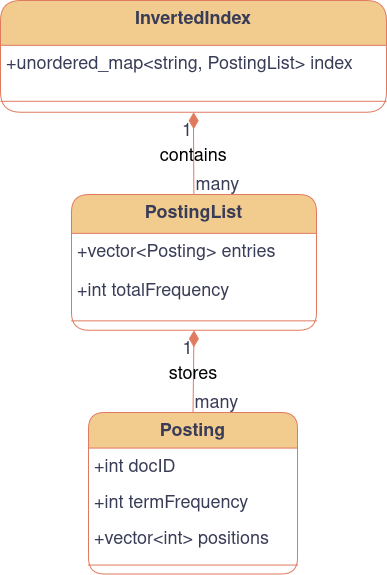
The draw.io diagram docs/diagrams/dsd.png in schak04/septcrawler, before a commit. Source tidied: cells renumbered, new cells last; positions are measured from the earlier drawing's top-left corner, leaving out a move shared by most shapes. The source it was exported from:
```xml
<mxGraphModel>
  <root>
    <mxCell id="0" />
    <mxCell id="1" parent="0" />
    <mxCell id="2" value="InvertedIndex" style="swimlane;fontStyle=1;align=center;verticalAlign=top;horizontal=1;startSize=44.8;fillColor=#F2CC8F;strokeColor=#E07A5F;fontSize=18;fontFamily=Helvetica;rounded=1;labelBackgroundColor=none;fontColor=#393C56;" parent="1" vertex="1">
      <mxGeometry width="386" height="111.8" as="geometry" />
    </mxCell>
    <mxCell id="3" value="+unordered_map&lt;string, PostingList&gt; index" style="text;strokeColor=none;fillColor=none;align=left;verticalAlign=top;spacingLeft=4;spacingRight=4;overflow=hidden;fontSize=18;fontFamily=Helvetica;rounded=1;labelBackgroundColor=none;fontColor=#393C56;" parent="2" vertex="1">
      <mxGeometry y="44.8" width="386" height="45" as="geometry" />
    </mxCell>
    <mxCell id="4" style="line;strokeWidth=1;fillColor=none;align=left;verticalAlign=middle;spacingTop=-1;spacingLeft=3;spacingRight=3;labelPosition=right;strokeColor=#E07A5F;fontSize=18;fontFamily=Helvetica;rounded=1;labelBackgroundColor=none;fontColor=#393C56;" parent="2" vertex="1">
      <mxGeometry y="89.8" width="386" height="22" as="geometry" />
    </mxCell>
    <mxCell id="5" value="PostingList" style="swimlane;fontStyle=1;align=center;verticalAlign=top;horizontal=1;startSize=38.857142857142854;fillColor=#F2CC8F;strokeColor=#E07A5F;fontSize=18;fontFamily=Helvetica;rounded=1;labelBackgroundColor=none;fontColor=#393C56;" parent="1" vertex="1">
      <mxGeometry x="71" y="194" width="245" height="135.9" as="geometry" />
    </mxCell>
    <mxCell id="6" value="+vector&lt;Posting&gt; entries" style="text;strokeColor=none;fillColor=none;align=left;verticalAlign=top;spacingLeft=4;spacingRight=4;overflow=hidden;fontSize=18;fontFamily=Helvetica;rounded=1;labelBackgroundColor=none;fontColor=#393C56;" parent="5" vertex="1">
      <mxGeometry y="38.9" width="245" height="39" as="geometry" />
    </mxCell>
    <mxCell id="7" value="+int totalFrequency" style="text;strokeColor=none;fillColor=none;align=left;verticalAlign=top;spacingLeft=4;spacingRight=4;overflow=hidden;fontSize=18;fontFamily=Helvetica;rounded=1;labelBackgroundColor=none;fontColor=#393C56;" parent="5" vertex="1">
      <mxGeometry y="77.9" width="245" height="39" as="geometry" />
    </mxCell>
    <mxCell id="8" style="line;strokeWidth=1;fillColor=none;align=left;verticalAlign=middle;spacingTop=-1;spacingLeft=3;spacingRight=3;labelPosition=right;strokeColor=#E07A5F;fontSize=18;fontFamily=Helvetica;rounded=1;labelBackgroundColor=none;fontColor=#393C56;" parent="5" vertex="1">
      <mxGeometry y="116.9" width="245" height="19" as="geometry" />
    </mxCell>
    <mxCell id="9" value="Posting" style="swimlane;fontStyle=1;align=center;verticalAlign=top;horizontal=1;startSize=35.55555555555556;fillColor=#F2CC8F;strokeColor=#E07A5F;fontSize=18;fontFamily=Helvetica;rounded=1;labelBackgroundColor=none;fontColor=#393C56;" parent="1" vertex="1">
      <mxGeometry x="88" y="412" width="209" height="161.6" as="geometry" />
    </mxCell>
    <mxCell id="10" value="+int docID" style="text;strokeColor=none;fillColor=none;align=left;verticalAlign=top;spacingLeft=4;spacingRight=4;overflow=hidden;fontSize=18;fontFamily=Helvetica;rounded=1;labelBackgroundColor=none;fontColor=#393C56;" parent="9" vertex="1">
      <mxGeometry y="35.6" width="209" height="36" as="geometry" />
    </mxCell>
    <mxCell id="11" value="+int termFrequency" style="text;strokeColor=none;fillColor=none;align=left;verticalAlign=top;spacingLeft=4;spacingRight=4;overflow=hidden;fontSize=18;fontFamily=Helvetica;rounded=1;labelBackgroundColor=none;fontColor=#393C56;" parent="9" vertex="1">
      <mxGeometry y="71.6" width="209" height="36" as="geometry" />
    </mxCell>
    <mxCell id="12" value="+vector&lt;int&gt; positions" style="text;strokeColor=none;fillColor=none;align=left;verticalAlign=top;spacingLeft=4;spacingRight=4;overflow=hidden;fontSize=18;fontFamily=Helvetica;rounded=1;labelBackgroundColor=none;fontColor=#393C56;" parent="9" vertex="1">
      <mxGeometry y="107.6" width="209" height="36" as="geometry" />
    </mxCell>
    <mxCell id="13" style="line;strokeWidth=1;fillColor=none;align=left;verticalAlign=middle;spacingTop=-1;spacingLeft=3;spacingRight=3;labelPosition=right;strokeColor=#E07A5F;fontSize=18;fontFamily=Helvetica;rounded=1;labelBackgroundColor=none;fontColor=#393C56;" parent="9" vertex="1">
      <mxGeometry y="143.6" width="209" height="18" as="geometry" />
    </mxCell>
    <mxCell id="14" value="contains" style="curved=1;startArrow=diamondThin;startSize=14;startFill=1;endArrow=none;exitX=0.5;exitY=1;entryX=0.5;entryY=0;rounded=1;fillColor=#F2CC8F;strokeColor=#E07A5F;fontSize=18;fontFamily=Helvetica;labelBackgroundColor=none;fontColor=default;" parent="1" edge="1" source="2" target="5">
      <mxGeometry relative="1" as="geometry" />
    </mxCell>
    <mxCell id="15" value="1" style="edgeLabel;labelBackgroundColor=none;fontSize=18;align=right;verticalAlign=top;fontFamily=Helvetica;rounded=1;fontColor=#393C56;" parent="14" vertex="1">
      <mxGeometry x="-1" relative="1" as="geometry" />
    </mxCell>
    <mxCell id="16" value="many" style="edgeLabel;labelBackgroundColor=none;fontSize=18;align=left;verticalAlign=bottom;fontFamily=Helvetica;rounded=1;fontColor=#393C56;" parent="14" vertex="1">
      <mxGeometry x="1" relative="1" as="geometry" />
    </mxCell>
    <mxCell id="17" value="stores" style="curved=1;startArrow=diamondThin;startSize=14;startFill=1;endArrow=none;exitX=0.5;exitY=1;entryX=0.5;entryY=0;rounded=1;fillColor=#F2CC8F;strokeColor=#E07A5F;fontSize=18;fontFamily=Helvetica;labelBackgroundColor=none;fontColor=default;" parent="1" edge="1" source="5" target="9">
      <mxGeometry relative="1" as="geometry" />
    </mxCell>
    <mxCell id="18" value="1" style="edgeLabel;labelBackgroundColor=none;fontSize=18;align=right;verticalAlign=top;fontFamily=Helvetica;rounded=1;fontColor=#393C56;" parent="17" vertex="1">
      <mxGeometry x="-1" relative="1" as="geometry" />
    </mxCell>
    <mxCell id="19" value="many" style="edgeLabel;labelBackgroundColor=none;fontSize=18;align=left;verticalAlign=bottom;fontFamily=Helvetica;rounded=1;fontColor=#393C56;" parent="17" vertex="1">
      <mxGeometry x="1" relative="1" as="geometry" />
    </mxCell>
  </root>
</mxGraphModel>
```
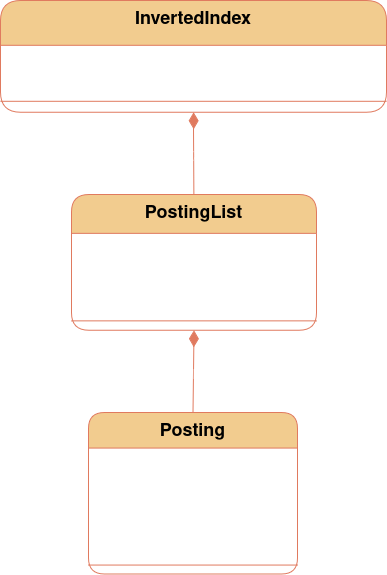
Above is the later version.

Commit message:
docs: improve font colours in dsd

Diff of the diagram source:
```diff
@@ -2,58 +2,58 @@
   <root>
     <mxCell id="0" />
     <mxCell id="1" parent="0" />
-    <mxCell id="2" value="InvertedIndex" style="swimlane;fontStyle=1;align=center;verticalAlign=top;horizontal=1;startSize=44.8;fillColor=#F2CC8F;strokeColor=#E07A5F;fontSize=18;fontFamily=Helvetica;rounded=1;labelBackgroundColor=none;fontColor=#393C56;" parent="1" vertex="1">
+    <mxCell id="2" value="InvertedIndex" style="swimlane;fontStyle=1;align=center;verticalAlign=top;horizontal=1;startSize=44.8;fillColor=#F2CC8F;strokeColor=#E07A5F;fontSize=18;fontFamily=Helvetica;rounded=1;labelBackgroundColor=none;fontColor=light-dark(#000000,#000000);" parent="1" vertex="1">
       <mxGeometry width="386" height="111.8" as="geometry" />
     </mxCell>
-    <mxCell id="3" value="+unordered_map&lt;string, PostingList&gt; index" style="text;strokeColor=none;fillColor=none;align=left;verticalAlign=top;spacingLeft=4;spacingRight=4;overflow=hidden;fontSize=18;fontFamily=Helvetica;rounded=1;labelBackgroundColor=none;fontColor=#393C56;" parent="2" vertex="1">
+    <mxCell id="3" value="+unordered_map&lt;string, PostingList&gt; index" style="text;strokeColor=none;fillColor=none;align=left;verticalAlign=top;spacingLeft=4;spacingRight=4;overflow=hidden;fontSize=18;fontFamily=Helvetica;rounded=1;labelBackgroundColor=none;fontColor=light-dark(#FFFFFF,#FFFFFF);" parent="2" vertex="1">
       <mxGeometry y="44.8" width="386" height="45" as="geometry" />
     </mxCell>
-    <mxCell id="4" style="line;strokeWidth=1;fillColor=none;align=left;verticalAlign=middle;spacingTop=-1;spacingLeft=3;spacingRight=3;labelPosition=right;strokeColor=#E07A5F;fontSize=18;fontFamily=Helvetica;rounded=1;labelBackgroundColor=none;fontColor=#393C56;" parent="2" vertex="1">
+    <mxCell id="4" style="line;strokeWidth=1;fillColor=none;align=left;verticalAlign=middle;spacingTop=-1;spacingLeft=3;spacingRight=3;labelPosition=right;strokeColor=#E07A5F;fontSize=18;fontFamily=Helvetica;rounded=1;labelBackgroundColor=none;fontColor=light-dark(#FFFFFF,#FFFFFF);" parent="2" vertex="1">
       <mxGeometry y="89.8" width="386" height="22" as="geometry" />
     </mxCell>
-    <mxCell id="5" value="PostingList" style="swimlane;fontStyle=1;align=center;verticalAlign=top;horizontal=1;startSize=38.857142857142854;fillColor=#F2CC8F;strokeColor=#E07A5F;fontSize=18;fontFamily=Helvetica;rounded=1;labelBackgroundColor=none;fontColor=#393C56;" parent="1" vertex="1">
+    <mxCell id="5" value="PostingList" style="swimlane;fontStyle=1;align=center;verticalAlign=top;horizontal=1;startSize=38.857142857142854;fillColor=#F2CC8F;strokeColor=#E07A5F;fontSize=18;fontFamily=Helvetica;rounded=1;labelBackgroundColor=none;fontColor=light-dark(#000000,#000000);" parent="1" vertex="1">
       <mxGeometry x="71" y="194" width="245" height="135.9" as="geometry" />
     </mxCell>
-    <mxCell id="6" value="+vector&lt;Posting&gt; entries" style="text;strokeColor=none;fillColor=none;align=left;verticalAlign=top;spacingLeft=4;spacingRight=4;overflow=hidden;fontSize=18;fontFamily=Helvetica;rounded=1;labelBackgroundColor=none;fontColor=#393C56;" parent="5" vertex="1">
+    <mxCell id="6" value="+vector&lt;Posting&gt; entries" style="text;strokeColor=none;fillColor=none;align=left;verticalAlign=top;spacingLeft=4;spacingRight=4;overflow=hidden;fontSize=18;fontFamily=Helvetica;rounded=1;labelBackgroundColor=none;fontColor=light-dark(#FFFFFF,#FFFFFF);" parent="5" vertex="1">
       <mxGeometry y="38.9" width="245" height="39" as="geometry" />
     </mxCell>
-    <mxCell id="7" value="+int totalFrequency" style="text;strokeColor=none;fillColor=none;align=left;verticalAlign=top;spacingLeft=4;spacingRight=4;overflow=hidden;fontSize=18;fontFamily=Helvetica;rounded=1;labelBackgroundColor=none;fontColor=#393C56;" parent="5" vertex="1">
+    <mxCell id="7" value="+int totalFrequency" style="text;strokeColor=none;fillColor=none;align=left;verticalAlign=top;spacingLeft=4;spacingRight=4;overflow=hidden;fontSize=18;fontFamily=Helvetica;rounded=1;labelBackgroundColor=none;fontColor=light-dark(#FFFFFF,#FFFFFF);" parent="5" vertex="1">
       <mxGeometry y="77.9" width="245" height="39" as="geometry" />
     </mxCell>
-    <mxCell id="8" style="line;strokeWidth=1;fillColor=none;align=left;verticalAlign=middle;spacingTop=-1;spacingLeft=3;spacingRight=3;labelPosition=right;strokeColor=#E07A5F;fontSize=18;fontFamily=Helvetica;rounded=1;labelBackgroundColor=none;fontColor=#393C56;" parent="5" vertex="1">
+    <mxCell id="8" style="line;strokeWidth=1;fillColor=none;align=left;verticalAlign=middle;spacingTop=-1;spacingLeft=3;spacingRight=3;labelPosition=right;strokeColor=#E07A5F;fontSize=18;fontFamily=Helvetica;rounded=1;labelBackgroundColor=none;fontColor=light-dark(#FFFFFF,#FFFFFF);" parent="5" vertex="1">
       <mxGeometry y="116.9" width="245" height="19" as="geometry" />
     </mxCell>
-    <mxCell id="9" value="Posting" style="swimlane;fontStyle=1;align=center;verticalAlign=top;horizontal=1;startSize=35.55555555555556;fillColor=#F2CC8F;strokeColor=#E07A5F;fontSize=18;fontFamily=Helvetica;rounded=1;labelBackgroundColor=none;fontColor=#393C56;" parent="1" vertex="1">
+    <mxCell id="9" value="Posting" style="swimlane;fontStyle=1;align=center;verticalAlign=top;horizontal=1;startSize=35.55555555555556;fillColor=#F2CC8F;strokeColor=#E07A5F;fontSize=18;fontFamily=Helvetica;rounded=1;labelBackgroundColor=none;fontColor=light-dark(#000000,#000000);" parent="1" vertex="1">
       <mxGeometry x="88" y="412" width="209" height="161.6" as="geometry" />
     </mxCell>
-    <mxCell id="10" value="+int docID" style="text;strokeColor=none;fillColor=none;align=left;verticalAlign=top;spacingLeft=4;spacingRight=4;overflow=hidden;fontSize=18;fontFamily=Helvetica;rounded=1;labelBackgroundColor=none;fontColor=#393C56;" parent="9" vertex="1">
+    <mxCell id="10" value="+int docID" style="text;strokeColor=none;fillColor=none;align=left;verticalAlign=top;spacingLeft=4;spacingRight=4;overflow=hidden;fontSize=18;fontFamily=Helvetica;rounded=1;labelBackgroundColor=none;fontColor=light-dark(#FFFFFF,#FFFFFF);" parent="9" vertex="1">
       <mxGeometry y="35.6" width="209" height="36" as="geometry" />
     </mxCell>
-    <mxCell id="11" value="+int termFrequency" style="text;strokeColor=none;fillColor=none;align=left;verticalAlign=top;spacingLeft=4;spacingRight=4;overflow=hidden;fontSize=18;fontFamily=Helvetica;rounded=1;labelBackgroundColor=none;fontColor=#393C56;" parent="9" vertex="1">
+    <mxCell id="11" value="+int termFrequency" style="text;strokeColor=none;fillColor=none;align=left;verticalAlign=top;spacingLeft=4;spacingRight=4;overflow=hidden;fontSize=18;fontFamily=Helvetica;rounded=1;labelBackgroundColor=none;fontColor=light-dark(#FFFFFF,#FFFFFF);" parent="9" vertex="1">
       <mxGeometry y="71.6" width="209" height="36" as="geometry" />
     </mxCell>
-    <mxCell id="12" value="+vector&lt;int&gt; positions" style="text;strokeColor=none;fillColor=none;align=left;verticalAlign=top;spacingLeft=4;spacingRight=4;overflow=hidden;fontSize=18;fontFamily=Helvetica;rounded=1;labelBackgroundColor=none;fontColor=#393C56;" parent="9" vertex="1">
+    <mxCell id="12" value="+vector&lt;int&gt; positions" style="text;strokeColor=none;fillColor=none;align=left;verticalAlign=top;spacingLeft=4;spacingRight=4;overflow=hidden;fontSize=18;fontFamily=Helvetica;rounded=1;labelBackgroundColor=none;fontColor=light-dark(#FFFFFF,#FFFFFF);" parent="9" vertex="1">
       <mxGeometry y="107.6" width="209" height="36" as="geometry" />
     </mxCell>
-    <mxCell id="13" style="line;strokeWidth=1;fillColor=none;align=left;verticalAlign=middle;spacingTop=-1;spacingLeft=3;spacingRight=3;labelPosition=right;strokeColor=#E07A5F;fontSize=18;fontFamily=Helvetica;rounded=1;labelBackgroundColor=none;fontColor=#393C56;" parent="9" vertex="1">
+    <mxCell id="13" style="line;strokeWidth=1;fillColor=none;align=left;verticalAlign=middle;spacingTop=-1;spacingLeft=3;spacingRight=3;labelPosition=right;strokeColor=#E07A5F;fontSize=18;fontFamily=Helvetica;rounded=1;labelBackgroundColor=none;fontColor=light-dark(#FFFFFF,#FFFFFF);" parent="9" vertex="1">
       <mxGeometry y="143.6" width="209" height="18" as="geometry" />
     </mxCell>
-    <mxCell id="14" value="contains" style="curved=1;startArrow=diamondThin;startSize=14;startFill=1;endArrow=none;exitX=0.5;exitY=1;entryX=0.5;entryY=0;rounded=1;fillColor=#F2CC8F;strokeColor=#E07A5F;fontSize=18;fontFamily=Helvetica;labelBackgroundColor=none;fontColor=default;" parent="1" edge="1" source="2" target="5">
+    <mxCell id="14" value="contains" style="curved=1;startArrow=diamondThin;startSize=14;startFill=1;endArrow=none;exitX=0.5;exitY=1;entryX=0.5;entryY=0;rounded=1;fillColor=#F2CC8F;strokeColor=#E07A5F;fontSize=18;fontFamily=Helvetica;labelBackgroundColor=none;fontColor=light-dark(#FFFFFF,#FFFFFF);" parent="1" edge="1" source="2" target="5">
       <mxGeometry relative="1" as="geometry" />
     </mxCell>
-    <mxCell id="15" value="1" style="edgeLabel;labelBackgroundColor=none;fontSize=18;align=right;verticalAlign=top;fontFamily=Helvetica;rounded=1;fontColor=#393C56;" parent="14" vertex="1">
+    <mxCell id="15" value="1" style="edgeLabel;labelBackgroundColor=none;fontSize=18;align=right;verticalAlign=top;fontFamily=Helvetica;rounded=1;fontColor=light-dark(#FFFFFF,#FFFFFF);" parent="14" vertex="1">
       <mxGeometry x="-1" relative="1" as="geometry" />
     </mxCell>
-    <mxCell id="16" value="many" style="edgeLabel;labelBackgroundColor=none;fontSize=18;align=left;verticalAlign=bottom;fontFamily=Helvetica;rounded=1;fontColor=#393C56;" parent="14" vertex="1">
+    <mxCell id="16" value="many" style="edgeLabel;labelBackgroundColor=none;fontSize=18;align=left;verticalAlign=bottom;fontFamily=Helvetica;rounded=1;fontColor=light-dark(#FFFFFF,#FFFFFF);" parent="14" vertex="1">
       <mxGeometry x="1" relative="1" as="geometry" />
     </mxCell>
-    <mxCell id="17" value="stores" style="curved=1;startArrow=diamondThin;startSize=14;startFill=1;endArrow=none;exitX=0.5;exitY=1;entryX=0.5;entryY=0;rounded=1;fillColor=#F2CC8F;strokeColor=#E07A5F;fontSize=18;fontFamily=Helvetica;labelBackgroundColor=none;fontColor=default;" parent="1" edge="1" source="5" target="9">
+    <mxCell id="17" value="stores" style="curved=1;startArrow=diamondThin;startSize=14;startFill=1;endArrow=none;exitX=0.5;exitY=1;entryX=0.5;entryY=0;rounded=1;fillColor=#F2CC8F;strokeColor=#E07A5F;fontSize=18;fontFamily=Helvetica;labelBackgroundColor=none;fontColor=light-dark(#FFFFFF,#FFFFFF);" parent="1" edge="1" source="5" target="9">
       <mxGeometry relative="1" as="geometry" />
     </mxCell>
-    <mxCell id="18" value="1" style="edgeLabel;labelBackgroundColor=none;fontSize=18;align=right;verticalAlign=top;fontFamily=Helvetica;rounded=1;fontColor=#393C56;" parent="17" vertex="1">
+    <mxCell id="18" value="1" style="edgeLabel;labelBackgroundColor=none;fontSize=18;align=right;verticalAlign=top;fontFamily=Helvetica;rounded=1;fontColor=light-dark(#FFFFFF,#FFFFFF);" parent="17" vertex="1">
       <mxGeometry x="-1" relative="1" as="geometry" />
     </mxCell>
-    <mxCell id="19" value="many" style="edgeLabel;labelBackgroundColor=none;fontSize=18;align=left;verticalAlign=bottom;fontFamily=Helvetica;rounded=1;fontColor=#393C56;" parent="17" vertex="1">
+    <mxCell id="19" value="many" style="edgeLabel;labelBackgroundColor=none;fontSize=18;align=left;verticalAlign=bottom;fontFamily=Helvetica;rounded=1;fontColor=light-dark(#FFFFFF,#FFFFFF);" parent="17" vertex="1">
       <mxGeometry x="1" relative="1" as="geometry" />
     </mxCell>
   </root>
```
